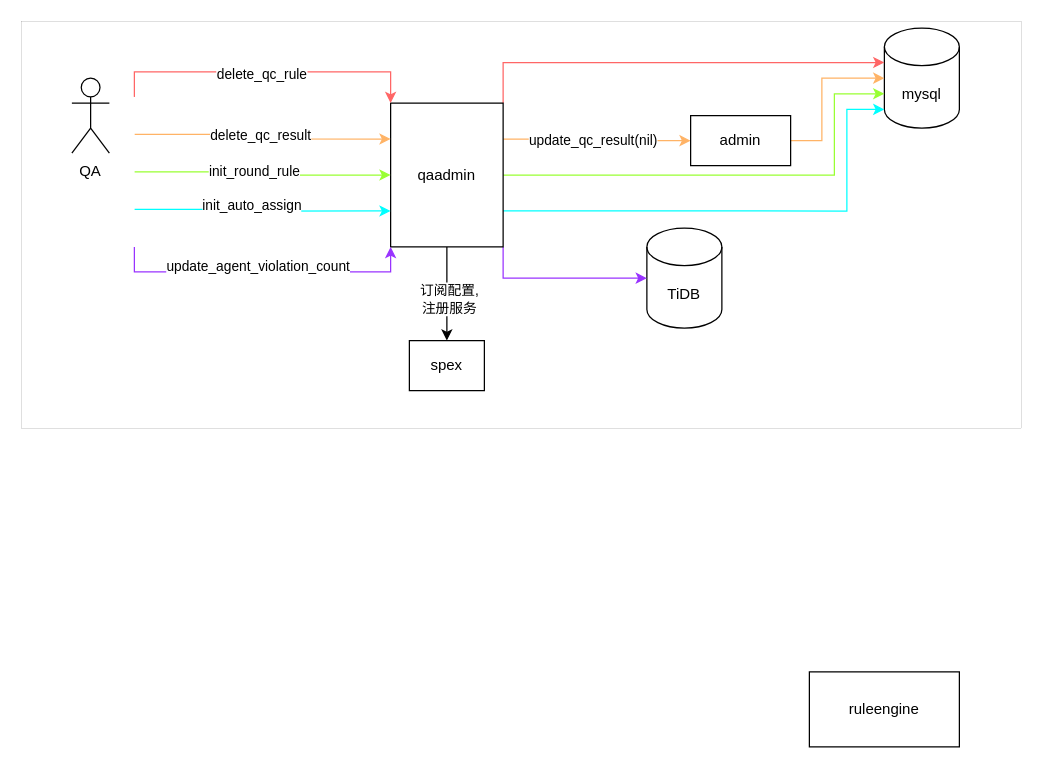
Before: Untitled Diagram.drawio in IMSTlsc/gin, a draw.io diagram. Source tidied: cells renumbered, new cells numbered last; positions are measured from the earlier drawing's top-left corner, leaving out a move shared by most shapes. Both pictures are drawn from the tidied source at 125%, with x=0, y=0 at pixel (21, 21).
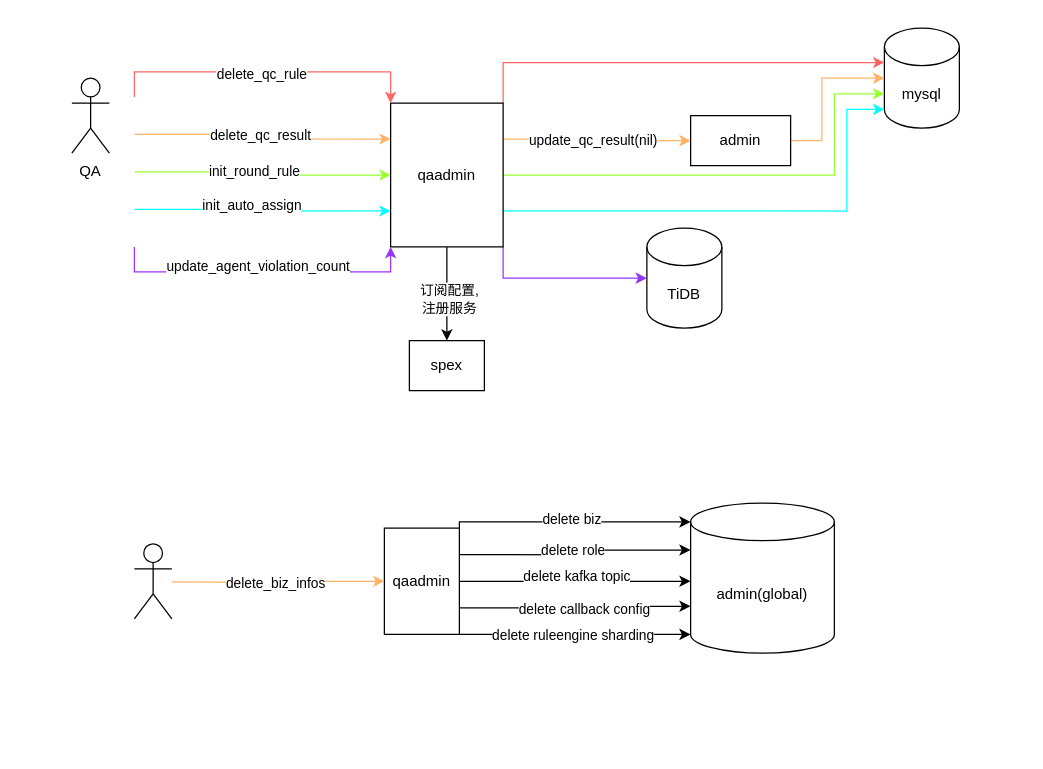
After the change.

Change to the diagram source:
```diff
@@
-    <mxCell id="2" style="rounded=0;whiteSpace=wrap;html=1;fontColor=#FF6666;strokeWidth=0;" parent="1" vertex="1">
-      <mxGeometry width="800" height="325" as="geometry" />
-    </mxCell>
@@
-    <mxCell id="14" value="ruleengine" style="rounded=0;whiteSpace=wrap;html=1;" parent="1" vertex="1">
-      <mxGeometry x="630" y="520" width="120" height="60" as="geometry" />
-    </mxCell>
@@
+    <mxCell id="30" style="edgeStyle=orthogonalEdgeStyle;rounded=0;jettySize=auto;html=1;exitX=1;exitY=0.5;exitDx=0;exitDy=0;" parent="1" edge="1" source="40">
+      <mxGeometry relative="1" as="geometry">
+        <mxPoint x="535" y="447.5" as="targetPoint" />
+        <Array as="points">
+          <mxPoint x="535" y="448" />
+        </Array>
+      </mxGeometry>
+    </mxCell>
+    <mxCell id="31" value="delete kafka topic" style="edgeLabel;html=1;align=center;verticalAlign=middle;" parent="30" vertex="1">
+      <mxGeometry y="4" relative="1" as="geometry" />
+    </mxCell>
+    <mxCell id="32" style="edgeStyle=orthogonalEdgeStyle;rounded=0;jettySize=auto;html=1;exitX=1;exitY=1;exitDx=0;exitDy=0;entryX=0;entryY=1;entryDx=0;entryDy=-15;entryPerimeter=0;" parent="1" edge="1" source="40" target="44">
+      <mxGeometry relative="1" as="geometry">
+        <Array as="points">
+          <mxPoint x="510" y="490" />
+          <mxPoint x="510" y="490" />
+        </Array>
+      </mxGeometry>
+    </mxCell>
+    <mxCell id="33" value="delete ruleengine sharding" style="edgeLabel;html=1;align=center;verticalAlign=middle;" parent="32" vertex="1">
+      <mxGeometry x="0.21" y="2" relative="1" as="geometry">
+        <mxPoint x="-22" y="2" as="offset" />
+      </mxGeometry>
+    </mxCell>
+    <mxCell id="34" style="edgeStyle=orthogonalEdgeStyle;rounded=0;jettySize=auto;html=1;exitX=1;exitY=0.75;exitDx=0;exitDy=0;entryX=0;entryY=0;entryDx=0;entryDy=82.5;entryPerimeter=0;" parent="1" edge="1" source="40" target="44">
+      <mxGeometry relative="1" as="geometry" />
+    </mxCell>
+    <mxCell id="35" value="delete callback config" style="edgeLabel;html=1;align=center;verticalAlign=middle;" parent="34" vertex="1">
+      <mxGeometry x="0.2" y="-1" relative="1" as="geometry">
+        <mxPoint x="-11" y="1" as="offset" />
+      </mxGeometry>
+    </mxCell>
+    <mxCell id="36" style="edgeStyle=orthogonalEdgeStyle;rounded=0;jettySize=auto;html=1;exitX=1;exitY=0;exitDx=0;exitDy=0;entryX=0;entryY=0;entryDx=0;entryDy=15;entryPerimeter=0;" parent="1" edge="1" source="40" target="44">
+      <mxGeometry relative="1" as="geometry">
+        <Array as="points">
+          <mxPoint x="350" y="400" />
+        </Array>
+      </mxGeometry>
+    </mxCell>
+    <mxCell id="37" value="delete biz" style="edgeLabel;html=1;align=center;verticalAlign=middle;" parent="36" vertex="1">
+      <mxGeometry x="-0.28" y="3" relative="1" as="geometry">
+        <mxPoint x="26" as="offset" />
+      </mxGeometry>
+    </mxCell>
+    <mxCell id="38" style="edgeStyle=orthogonalEdgeStyle;rounded=0;jettySize=auto;html=1;exitX=1;exitY=0.25;exitDx=0;exitDy=0;entryX=0;entryY=0;entryDx=0;entryDy=37.5;entryPerimeter=0;" parent="1" edge="1" source="40" target="44">
+      <mxGeometry relative="1" as="geometry" />
+    </mxCell>
+    <mxCell id="39" value="delete role" style="edgeLabel;html=1;align=center;verticalAlign=middle;" parent="38" vertex="1">
+      <mxGeometry x="0.3" relative="1" as="geometry">
+        <mxPoint x="-29" as="offset" />
+      </mxGeometry>
+    </mxCell>
+    <mxCell id="40" value="qaadmin" style="rounded=0;whiteSpace=wrap;html=1;direction=east;" parent="1" vertex="1">
+      <mxGeometry x="290" y="405" width="60" height="85" as="geometry" />
+    </mxCell>
+    <mxCell id="41" style="edgeStyle=orthogonalEdgeStyle;rounded=0;jettySize=auto;html=1;strokeColor=#FFB366;" parent="1" edge="1" target="40">
+      <mxGeometry relative="1" as="geometry">
+        <mxPoint x="120" y="448" as="sourcePoint" />
+      </mxGeometry>
+    </mxCell>
+    <mxCell id="42" value="delete_biz_infos" style="edgeLabel;html=1;align=center;verticalAlign=middle;" parent="41" vertex="1">
+      <mxGeometry x="-0.11" y="-4" relative="1" as="geometry">
+        <mxPoint x="7" y="-4" as="offset" />
+      </mxGeometry>
+    </mxCell>
+    <mxCell id="43" style="shape=umlActor;verticalLabelPosition=bottom;verticalAlign=top;html=1;fontColor=#FF6666;" parent="1" vertex="1">
+      <mxGeometry x="90" y="417.5" width="30" height="60" as="geometry" />
+    </mxCell>
+    <mxCell id="44" value="&lt;span&gt;admin(global)&lt;/span&gt;" style="shape=cylinder3;whiteSpace=wrap;html=1;boundedLbl=1;backgroundOutline=1;size=15;" parent="1" vertex="1">
+      <mxGeometry x="535" y="385" width="115" height="120" as="geometry" />
+    </mxCell>
```
